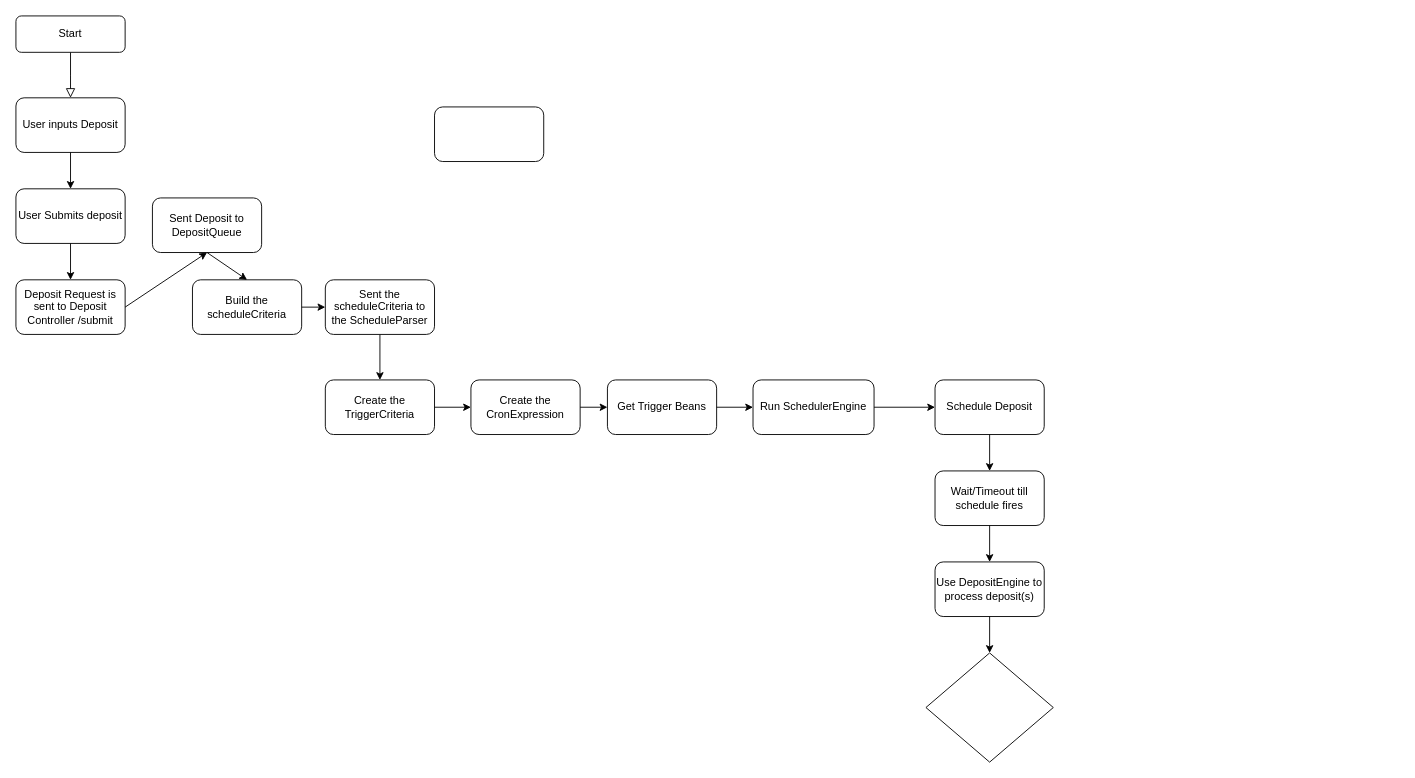
Earlier version of the draw.io diagram AeroBankApp/DepositProcess.drawio (AKing982/AeroBankApp). Source tidied: cells renumbered, new cells numbered last; positions are measured from the earlier drawing's top-left corner, leaving out a move shared by most shapes. Both pictures are drawn from the tidied source at 91%, with x=0, y=0 at pixel (15, 15).
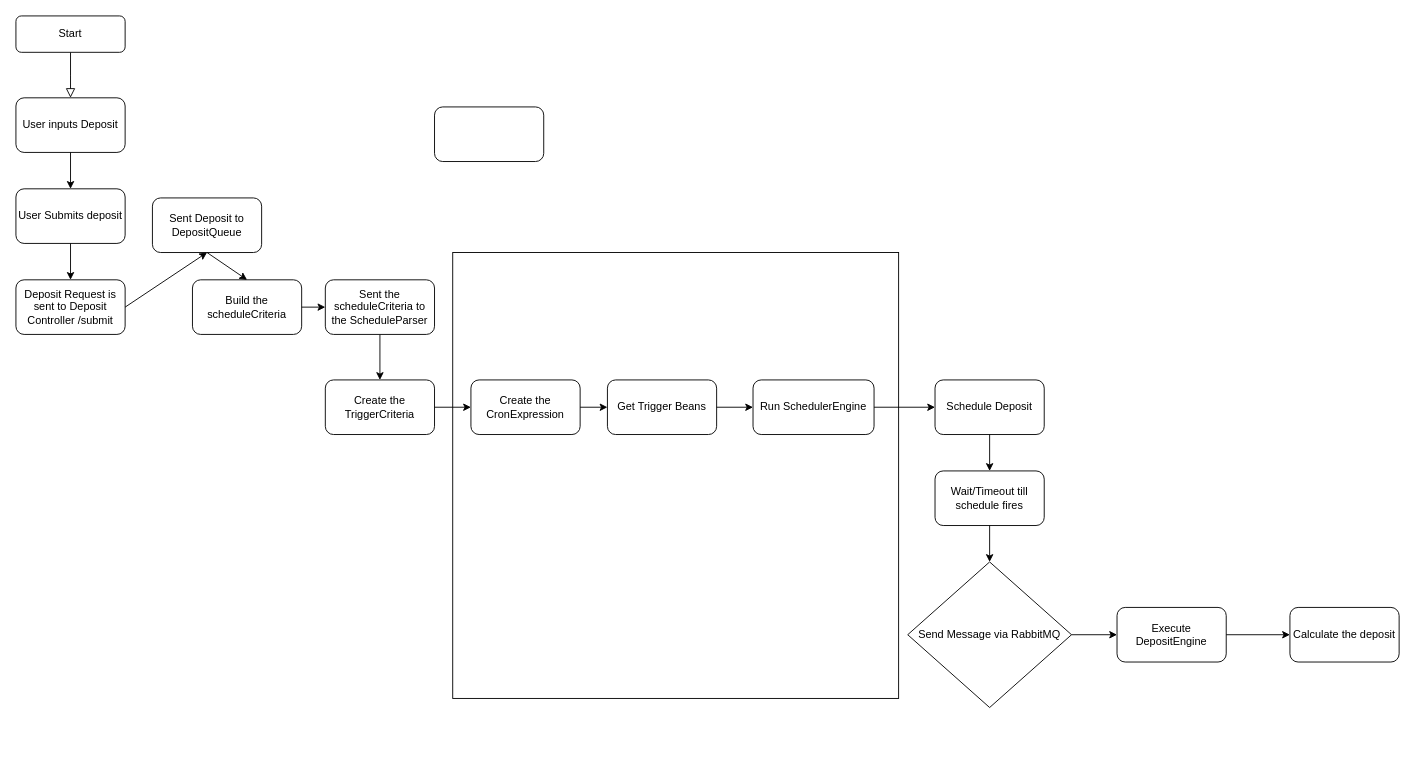
The same page after the edit.

Diff of the diagram source:
```diff
@@
+    <mxCell id="32" style="whiteSpace=wrap;html=1;" parent="1" vertex="1">
+      <mxGeometry x="480" y="260" width="490" height="490" as="geometry" />
+    </mxCell>
@@
-    <mxCell id="29" value="Use DepositEngine to process deposit(s)" style="rounded=1;whiteSpace=wrap;html=1;" parent="1" vertex="1">
-      <mxGeometry x="1010" y="600" width="120" height="60" as="geometry" />
-    </mxCell>
-    <mxCell id="30" style="endArrow=classic;html=1;rounded=0;exitX=0.5;exitY=1;exitDx=0;exitDy=0;" parent="1" edge="1" source="29">
-      <mxGeometry relative="1" as="geometry">
-        <mxPoint x="1070" y="700" as="targetPoint" />
-      </mxGeometry>
-    </mxCell>
-    <mxCell id="31" style="rhombus;whiteSpace=wrap;html=1;" parent="1" vertex="1">
-      <mxGeometry x="1000" y="700" width="140" height="120" as="geometry" />
-    </mxCell>
+    <mxCell id="33" value="Send Message via RabbitMQ" style="rhombus;whiteSpace=wrap;html=1;" parent="1" vertex="1">
+      <mxGeometry x="980" y="600" width="180" height="160" as="geometry" />
+    </mxCell>
+    <mxCell id="34" style="endArrow=classic;html=1;rounded=0;exitX=1;exitY=0.5;exitDx=0;exitDy=0;" parent="1" edge="1" source="33">
+      <mxGeometry relative="1" as="geometry">
+        <mxPoint x="1210" y="680" as="targetPoint" />
+      </mxGeometry>
+    </mxCell>
+    <mxCell id="35" value="Execute DepositEngine" style="rounded=1;whiteSpace=wrap;html=1;" parent="1" vertex="1">
+      <mxGeometry x="1210" y="650" width="120" height="60" as="geometry" />
+    </mxCell>
+    <mxCell id="36" style="endArrow=classic;html=1;rounded=0;exitX=1;exitY=0.5;exitDx=0;exitDy=0;" parent="1" edge="1" source="35">
+      <mxGeometry relative="1" as="geometry">
+        <mxPoint x="1400" y="680" as="targetPoint" />
+      </mxGeometry>
+    </mxCell>
+    <mxCell id="37" value="Calculate the deposit" style="rounded=1;whiteSpace=wrap;html=1;" parent="1" vertex="1">
+      <mxGeometry x="1400" y="650" width="120" height="60" as="geometry" />
+    </mxCell>
```
